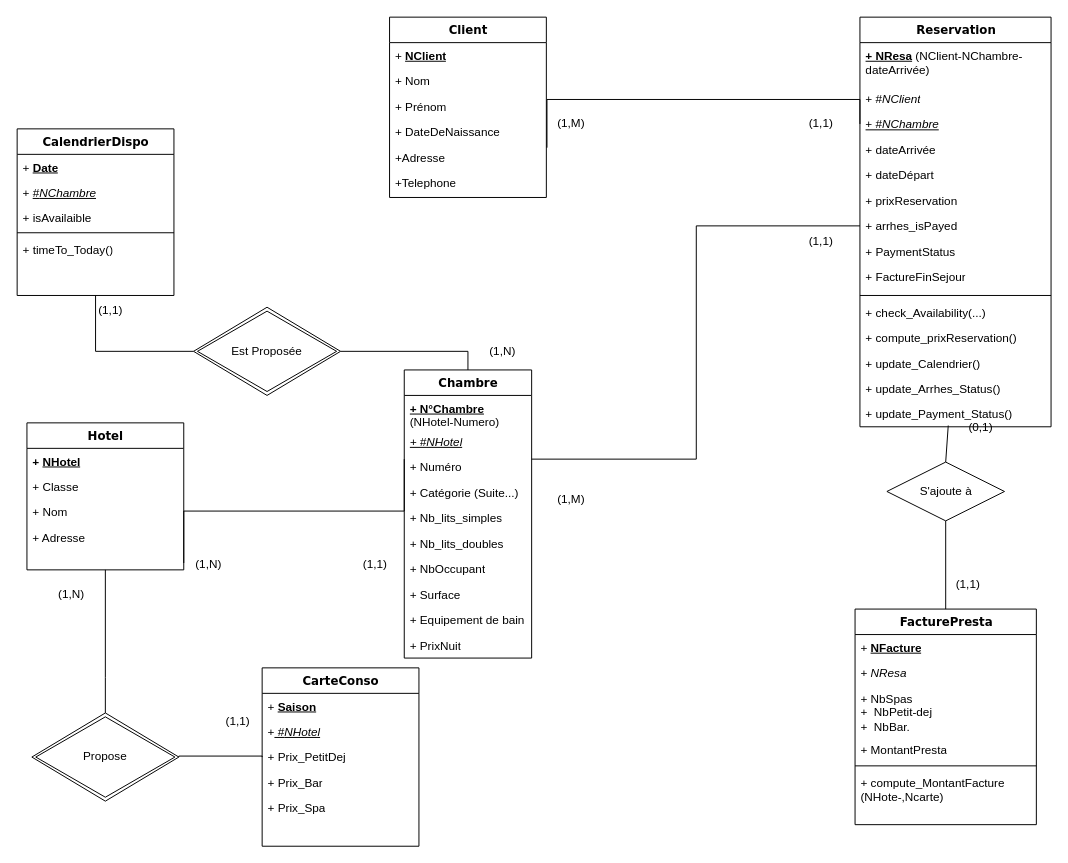
This is Untitled Diagram.drawio from Adrien-bot/Biostat-BDD, a draw.io file, before an edit. Source tidied: cells renumbered, new cells numbered last; positions are measured from the earlier drawing's top-left corner, leaving out a move shared by most shapes. Both pictures are drawn from the tidied source at 98%, with x=0, y=0 at pixel (17, 17).
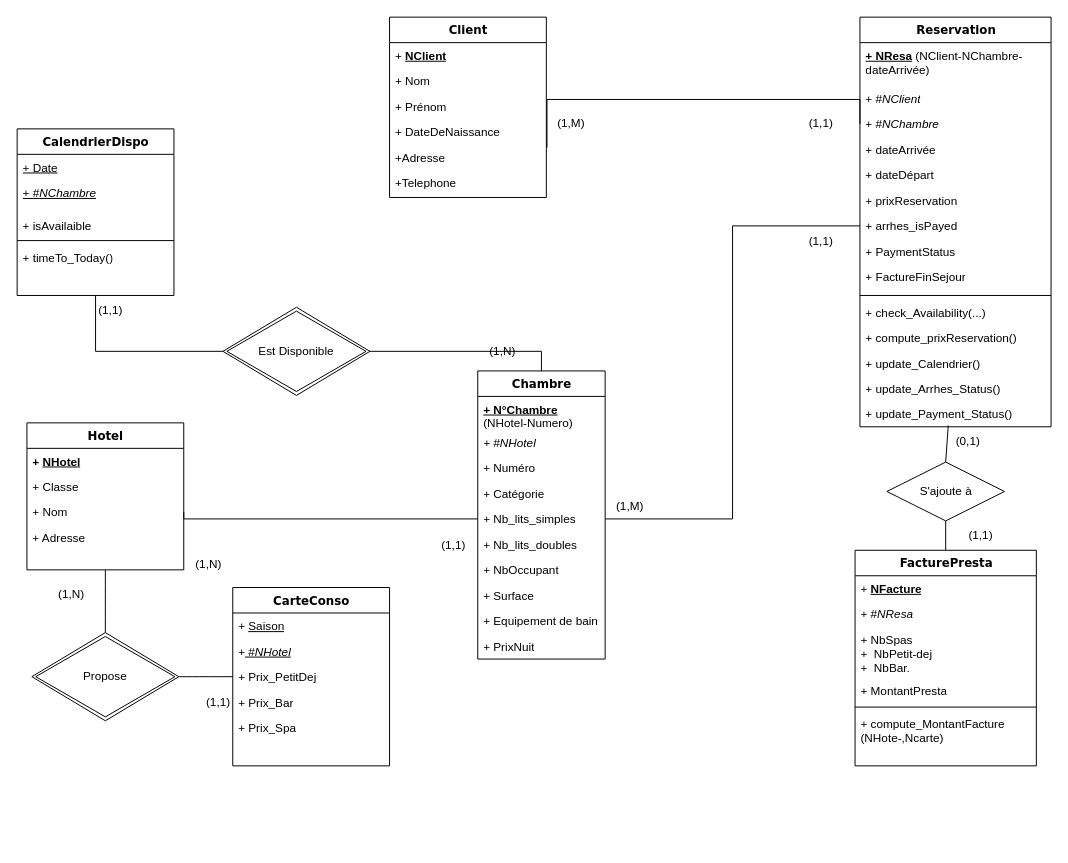
After the change.

Unchanged cells that the change refers to:
```xml
<mxCell id="8" value="+ Nb_lits_simples" style="text;html=1;strokeColor=none;fillColor=none;align=left;verticalAlign=top;spacingLeft=4;spacingRight=4;whiteSpace=wrap;overflow=hidden;points=[[0,0.5],[1,0.5]];portConstraint=eastwest;" parent="3" vertex="1">
  <mxGeometry y="138" width="130" height="26" as="geometry" />
</mxCell>
<mxCell id="14" value="Hotel" style="swimlane;html=1;fontStyle=1;align=center;verticalAlign=top;horizontal=1;startSize=26;swimlaneFillColor=#ffffff;rounded=0;shadow=0;comic=0;labelBackgroundColor=none;strokeWidth=1;fillColor=none;fontFamily=Verdana;fontSize=12;" parent="1" vertex="1">
  <mxGeometry x="10" y="414" width="160" height="150" as="geometry" />
</mxCell>
<mxCell id="17" value="+ Nom" style="text;html=1;strokeColor=none;fillColor=none;align=left;verticalAlign=top;spacingLeft=4;spacingRight=4;whiteSpace=wrap;overflow=hidden;points=[[0,0.5],[1,0.5]];portConstraint=eastwest;" parent="14" vertex="1">
  <mxGeometry y="78" width="160" height="26" as="geometry" />
</mxCell>
<mxCell id="26" value="CalendrierDispo" style="swimlane;html=1;fontStyle=1;align=center;verticalAlign=top;horizontal=1;startSize=26;swimlaneFillColor=#ffffff;rounded=0;shadow=0;comic=0;labelBackgroundColor=none;strokeWidth=1;fillColor=none;fontFamily=Verdana;fontSize=12;" parent="1" vertex="1">
  <mxGeometry y="114" width="160" height="170" as="geometry" />
</mxCell>
<mxCell id="32" value="Reservation" style="swimlane;html=1;fontStyle=1;align=center;verticalAlign=top;horizontal=1;startSize=26;swimlaneFillColor=#ffffff;rounded=0;shadow=0;comic=0;labelBackgroundColor=none;strokeWidth=1;fillColor=none;fontFamily=Verdana;fontSize=12;" parent="1" vertex="1">
  <mxGeometry x="860" width="195" height="418" as="geometry" />
</mxCell>
<mxCell id="39" value="+ arrhes_isPayed" style="text;html=1;strokeColor=none;fillColor=none;align=left;verticalAlign=top;spacingLeft=4;spacingRight=4;whiteSpace=wrap;overflow=hidden;points=[[0,0.5],[1,0.5]];portConstraint=eastwest;" parent="32" vertex="1">
  <mxGeometry y="200" width="195" height="26" as="geometry" />
</mxCell>
<mxCell id="58" value="+ Prix_PetitDej" style="text;html=1;strokeColor=none;fillColor=none;align=left;verticalAlign=top;spacingLeft=4;spacingRight=4;whiteSpace=wrap;overflow=hidden;points=[[0,0.5],[1,0.5]];portConstraint=eastwest;" parent="55" vertex="1">
  <mxGeometry y="78" width="160" height="26" as="geometry" />
</mxCell>
```

The edit, as a diff of the source:
```diff
@@
     <mxCell id="3" value="Chambre" style="swimlane;html=1;fontStyle=1;align=center;verticalAlign=top;horizontal=1;startSize=26;swimlaneFillColor=#ffffff;rounded=0;shadow=0;comic=0;labelBackgroundColor=none;strokeWidth=1;fillColor=none;fontFamily=Verdana;fontSize=12;" parent="1" vertex="1">
-      <mxGeometry x="395" y="360" width="130" height="294" as="geometry" />
+      <mxGeometry x="470" y="361" width="130" height="294" as="geometry" />
     </mxCell>
@@
-    <mxCell id="5" value="&lt;u&gt;&lt;i&gt;+ #NHotel&lt;/i&gt;&lt;/u&gt;" style="text;html=1;strokeColor=none;fillColor=none;align=left;verticalAlign=top;spacingLeft=4;spacingRight=4;whiteSpace=wrap;overflow=hidden;" parent="3" vertex="1">
+    <mxCell id="5" value="&lt;i&gt;+ #NHotel&lt;/i&gt;" style="text;html=1;strokeColor=none;fillColor=none;align=left;verticalAlign=top;spacingLeft=4;spacingRight=4;whiteSpace=wrap;overflow=hidden;" parent="3" vertex="1">
       <mxGeometry y="60" width="130" height="26" as="geometry" />
     </mxCell>
@@
-    <mxCell id="7" value="+ Catégorie (Suite...)" style="text;html=1;strokeColor=none;fillColor=none;align=left;verticalAlign=top;spacingLeft=4;spacingRight=4;whiteSpace=wrap;overflow=hidden;" parent="3" vertex="1">
+    <mxCell id="7" value="+ Catégorie " style="text;html=1;strokeColor=none;fillColor=none;align=left;verticalAlign=top;spacingLeft=4;spacingRight=4;whiteSpace=wrap;overflow=hidden;" parent="3" vertex="1">
       <mxGeometry y="112" width="130" height="26" as="geometry" />
     </mxCell>
@@
+    <mxCell id="79" style="edgeStyle=none;curved=1;rounded=0;jettySize=auto;html=1;exitX=0.5;exitY=1;exitDx=0;exitDy=0;entryX=0.5;entryY=0;entryDx=0;entryDy=0;fontSize=12;startSize=8;endSize=8;endArrow=none;endFill=0;" parent="1" edge="1" source="14" target="78">
+      <mxGeometry relative="1" as="geometry" />
+    </mxCell>
@@
-    <mxCell id="27" value="+ &lt;b&gt;&lt;u&gt;Date&lt;/u&gt;&lt;/b&gt;" style="text;html=1;strokeColor=none;fillColor=none;align=left;verticalAlign=top;spacingLeft=4;spacingRight=4;whiteSpace=wrap;overflow=hidden;" parent="26" vertex="1">
+    <mxCell id="27" value="&lt;u&gt;+ Date&lt;/u&gt;" style="text;html=1;strokeColor=none;fillColor=none;align=left;verticalAlign=top;spacingLeft=4;spacingRight=4;whiteSpace=wrap;overflow=hidden;" parent="26" vertex="1">
       <mxGeometry y="26" width="160" height="26" as="geometry" />
     </mxCell>
-    <mxCell id="28" value="+ &lt;u&gt;#&lt;i&gt;NChambre&lt;/i&gt;&lt;/u&gt;" style="text;html=1;strokeColor=none;fillColor=none;align=left;verticalAlign=top;spacingLeft=4;spacingRight=4;whiteSpace=wrap;overflow=hidden;" parent="26" vertex="1">
-      <mxGeometry y="52" width="160" height="26" as="geometry" />
+    <mxCell id="28" value="&lt;u&gt;+ #&lt;i&gt;NChambre&lt;/i&gt;&lt;/u&gt;" style="text;html=1;strokeColor=none;fillColor=none;align=left;verticalAlign=top;spacingLeft=4;spacingRight=4;whiteSpace=wrap;overflow=hidden;" parent="26" vertex="1">
+      <mxGeometry y="52" width="160" height="34" as="geometry" />
     </mxCell>
     <mxCell id="29" value="+ isAvailaible" style="text;html=1;strokeColor=none;fillColor=none;align=left;verticalAlign=top;spacingLeft=4;spacingRight=4;whiteSpace=wrap;overflow=hidden;" parent="26" vertex="1">
-      <mxGeometry y="78" width="160" height="24" as="geometry" />
+      <mxGeometry y="86" width="160" height="24" as="geometry" />
     </mxCell>
     <mxCell id="30" style="line;strokeWidth=1;fillColor=none;align=left;verticalAlign=middle;spacingTop=-1;spacingLeft=3;spacingRight=3;labelPosition=right;strokeColor=inherit;" parent="26" vertex="1">
-      <mxGeometry y="102" width="160" height="8" as="geometry" />
+      <mxGeometry y="110" width="160" height="8" as="geometry" />
     </mxCell>
     <mxCell id="31" value="+ timeTo_Today()" style="text;strokeColor=none;fillColor=none;align=left;verticalAlign=top;spacingLeft=4;spacingRight=4;overflow=hidden;whiteSpace=wrap;html=1;" parent="26" vertex="1">
-      <mxGeometry y="110" width="160" height="26" as="geometry" />
+      <mxGeometry y="118" width="160" height="26" as="geometry" />
     </mxCell>
@@
-    <mxCell id="35" value="&lt;u&gt;+ #&lt;i&gt;NChambre&lt;/i&gt;&lt;/u&gt;" style="text;html=1;strokeColor=none;fillColor=none;align=left;verticalAlign=top;spacingLeft=4;spacingRight=4;whiteSpace=wrap;overflow=hidden;points=[[0,0.5],[1,0.5]];portConstraint=eastwest;" parent="32" vertex="1">
+    <mxCell id="35" value="+ #&lt;i&gt;NChambre&lt;/i&gt;" style="text;html=1;strokeColor=none;fillColor=none;align=left;verticalAlign=top;spacingLeft=4;spacingRight=4;whiteSpace=wrap;overflow=hidden;points=[[0,0.5],[1,0.5]];portConstraint=eastwest;" parent="32" vertex="1">
       <mxGeometry y="96" width="195" height="26" as="geometry" />
     </mxCell>
@@
     <mxCell id="48" value="FacturePresta" style="swimlane;html=1;fontStyle=1;align=center;verticalAlign=top;horizontal=1;startSize=26;swimlaneFillColor=#ffffff;rounded=0;shadow=0;comic=0;labelBackgroundColor=none;strokeWidth=1;fillColor=none;fontFamily=Verdana;fontSize=12;" parent="1" vertex="1">
-      <mxGeometry x="855" y="604" width="185" height="220" as="geometry" />
+      <mxGeometry x="855" y="544" width="185" height="220" as="geometry" />
     </mxCell>
@@
-    <mxCell id="50" value="+ &lt;i&gt;NResa&lt;/i&gt;" style="text;html=1;strokeColor=none;fillColor=none;align=left;verticalAlign=top;spacingLeft=4;spacingRight=4;whiteSpace=wrap;overflow=hidden;" parent="48" vertex="1">
+    <mxCell id="50" value="+ #&lt;i&gt;NResa&lt;/i&gt;" style="text;html=1;strokeColor=none;fillColor=none;align=left;verticalAlign=top;spacingLeft=4;spacingRight=4;whiteSpace=wrap;overflow=hidden;" parent="48" vertex="1">
       <mxGeometry y="52" width="185" height="26" as="geometry" />
     </mxCell>
@@
     <mxCell id="55" value="CarteConso" style="swimlane;html=1;fontStyle=1;align=center;verticalAlign=top;horizontal=1;startSize=26;swimlaneFillColor=#ffffff;rounded=0;shadow=0;comic=0;labelBackgroundColor=none;strokeWidth=1;fillColor=none;fontFamily=Verdana;fontSize=12;" parent="1" vertex="1">
-      <mxGeometry x="250" y="664" width="160" height="182" as="geometry" />
+      <mxGeometry x="220" y="582" width="160" height="182" as="geometry" />
     </mxCell>
-    <mxCell id="56" value="+ &lt;b&gt;&lt;u&gt;Saison&lt;/u&gt;&lt;/b&gt;" style="text;html=1;strokeColor=none;fillColor=none;align=left;verticalAlign=top;spacingLeft=4;spacingRight=4;whiteSpace=wrap;overflow=hidden;" parent="55" vertex="1">
+    <mxCell id="56" value="+ &lt;u&gt;Saison&lt;/u&gt;" style="text;html=1;strokeColor=none;fillColor=none;align=left;verticalAlign=top;spacingLeft=4;spacingRight=4;whiteSpace=wrap;overflow=hidden;" parent="55" vertex="1">
       <mxGeometry y="26" width="160" height="26" as="geometry" />
     </mxCell>
@@
-    <mxCell id="61" style="endArrow=none;html=1;rounded=0;exitX=1;exitY=0.5;exitDx=0;exitDy=0;entryX=0;entryY=0.5;entryDx=0;entryDy=0;edgeStyle=elbowEdgeStyle;elbow=vertical;" parent="1" edge="1">
-      <mxGeometry relative="1" as="geometry">
-        <mxPoint x="170" y="557" as="sourcePoint" />
-        <mxPoint x="395" y="451" as="targetPoint" />
-      </mxGeometry>
-    </mxCell>
@@
     <mxCell id="63" value="(1,1)" style="text;html=1;align=center;verticalAlign=middle;strokeColor=none;fillColor=none;" parent="1" vertex="1">
-      <mxGeometry x="340" y="544" width="50" height="30" as="geometry" />
+      <mxGeometry x="420" y="524" width="50" height="30" as="geometry" />
     </mxCell>
@@
     <mxCell id="68" value="(1,M)" style="text;html=1;align=center;verticalAlign=middle;strokeColor=none;fillColor=none;" parent="1" vertex="1">
-      <mxGeometry x="540" y="477" width="50" height="30" as="geometry" />
+      <mxGeometry x="600" y="484" width="50" height="30" as="geometry" />
     </mxCell>
@@
     <mxCell id="72" value="(1,1)" style="text;html=1;align=center;verticalAlign=middle;strokeColor=none;fillColor=none;" parent="1" vertex="1">
-      <mxGeometry x="945" y="564" width="50" height="30" as="geometry" />
+      <mxGeometry x="957.5" y="514" width="50" height="30" as="geometry" />
     </mxCell>
     <mxCell id="73" value="(0,1)" style="text;html=1;align=center;verticalAlign=middle;strokeColor=none;fillColor=none;" parent="1" vertex="1">
-      <mxGeometry x="957.5" y="404" width="50" height="30" as="geometry" />
+      <mxGeometry x="945" y="418" width="50" height="30" as="geometry" />
     </mxCell>
@@
-    <mxCell id="76" style="endArrow=none;html=1;rounded=0;entryX=0;entryY=0.5;entryDx=0;entryDy=0;exitX=1;exitY=0.5;exitDx=0;exitDy=0;edgeStyle=elbowEdgeStyle;" parent="1" edge="1" target="39">
-      <mxGeometry relative="1" as="geometry">
-        <mxPoint x="525" y="451" as="sourcePoint" />
-      </mxGeometry>
+    <mxCell id="76" style="endArrow=none;html=1;rounded=0;entryX=0;entryY=0.5;entryDx=0;entryDy=0;exitX=1;exitY=0.5;exitDx=0;exitDy=0;edgeStyle=elbowEdgeStyle;" parent="1" edge="1" source="8" target="39">
+      <mxGeometry relative="1" as="geometry" />
     </mxCell>
@@
+    <mxCell id="86" style="edgeStyle=none;curved=1;rounded=0;jettySize=auto;html=1;exitX=1;exitY=0.5;exitDx=0;exitDy=0;entryX=0;entryY=0.5;entryDx=0;entryDy=0;fontSize=12;startSize=8;endSize=8;endArrow=none;endFill=0;" parent="1" edge="1" source="78" target="58">
+      <mxGeometry relative="1" as="geometry" />
+    </mxCell>
     <mxCell id="78" value="Propose" style="shape=rhombus;double=1;perimeter=rhombusPerimeter;whiteSpace=wrap;html=1;align=center;" parent="1" vertex="1">
-      <mxGeometry x="15" y="710" width="150" height="90" as="geometry" />
+      <mxGeometry x="15" y="628" width="150" height="90" as="geometry" />
     </mxCell>
-    <mxCell id="79" style="endArrow=none;html=1;rounded=0;entryX=0.5;entryY=0;entryDx=0;entryDy=0;exitX=0.5;exitY=1;exitDx=0;exitDy=0;edgeStyle=elbowEdgeStyle;elbow=vertical;" parent="1" edge="1" source="14" target="78">
-      <mxGeometry relative="1" as="geometry">
-        <Array as="points">
-          <mxPoint x="105" y="674" />
-        </Array>
-      </mxGeometry>
-    </mxCell>
     <mxCell id="80" value="(1,1)" style="text;html=1;align=center;verticalAlign=middle;strokeColor=none;fillColor=none;" parent="1" vertex="1">
-      <mxGeometry x="200" y="704" width="50" height="30" as="geometry" />
+      <mxGeometry x="180" y="684" width="50" height="30" as="geometry" />
     </mxCell>
@@
-    <mxCell id="83" style="endArrow=none;html=1;rounded=0;entryX=1;entryY=0.5;entryDx=0;entryDy=0;exitX=0;exitY=0.5;exitDx=0;exitDy=0;edgeStyle=elbowEdgeStyle;elbow=vertical;" parent="1" edge="1" target="78">
-      <mxGeometry relative="1" as="geometry">
-        <mxPoint x="250" y="755" as="sourcePoint" />
-        <Array as="points">
-          <mxPoint x="210" y="754" />
-        </Array>
-      </mxGeometry>
-    </mxCell>
@@
-    <mxCell id="85" value="Est Proposée" style="shape=rhombus;double=1;perimeter=rhombusPerimeter;whiteSpace=wrap;html=1;align=center;" parent="1" vertex="1">
-      <mxGeometry x="180" y="296" width="150" height="90" as="geometry" />
+    <mxCell id="85" value="Est Disponible" style="shape=rhombus;double=1;perimeter=rhombusPerimeter;whiteSpace=wrap;html=1;align=center;" parent="1" vertex="1">
+      <mxGeometry x="210" y="296" width="150" height="90" as="geometry" />
     </mxCell>
+    <mxCell id="87" style="edgeStyle=orthogonalEdgeStyle;rounded=0;jettySize=auto;html=1;exitX=1;exitY=0.5;exitDx=0;exitDy=0;entryX=0;entryY=0.5;entryDx=0;entryDy=0;fontSize=12;startSize=8;endSize=8;endArrow=none;endFill=0;" parent="1" edge="1" source="17" target="8">
+      <mxGeometry relative="1" as="geometry">
+        <Array as="points">
+          <mxPoint x="170" y="512" />
+        </Array>
+      </mxGeometry>
+    </mxCell>
```
